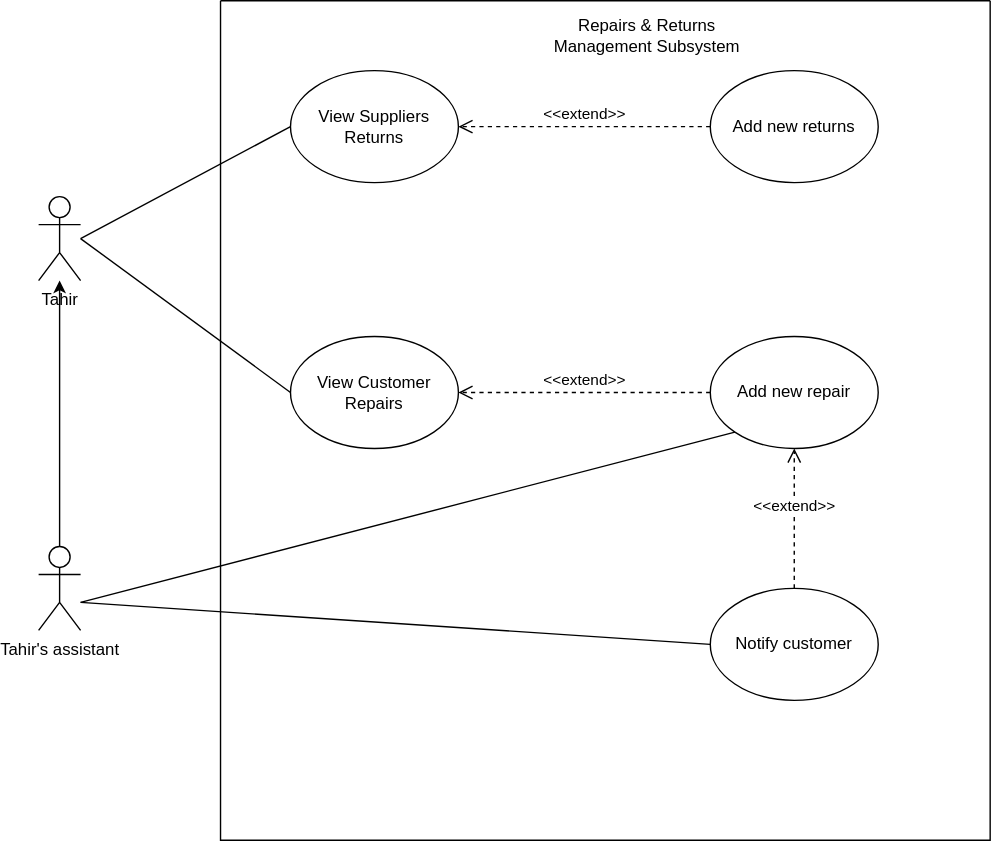
Simamkele88/IFM3_GP keeps this draw.io diagram as Repairs and Damages.drawio.svg. Above is the earlier version. Source tidied: cells renumbered, new cells last; positions are measured from the earlier drawing's top-left corner, leaving out a move shared by most shapes.
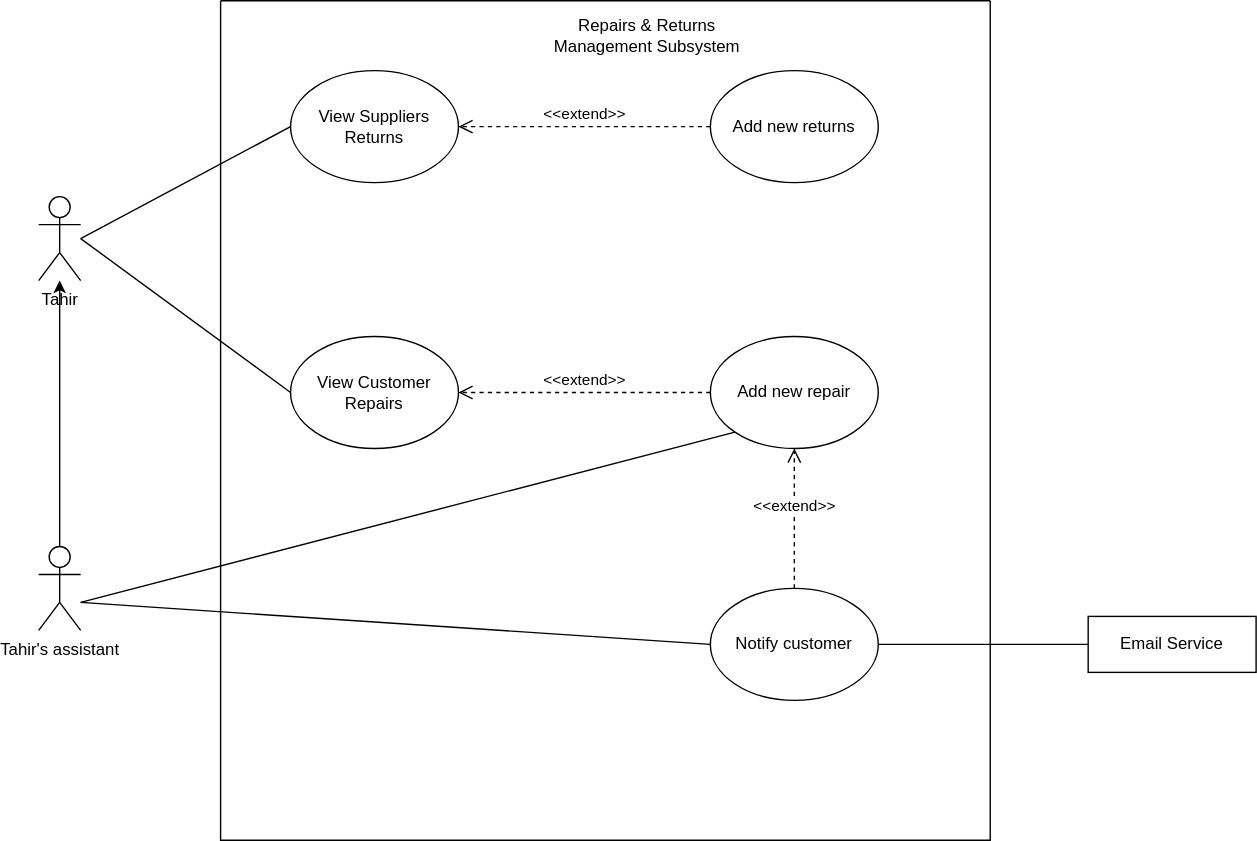
The same diagram one commit later.

The edit, as a diff of the source:
```diff
@@ -61,5 +61,11 @@
         <mxPoint x="30" y="430" as="sourcePoint" />
       </mxGeometry>
     </mxCell>
+    <mxCell id="19" value="Email Service" style="rounded=0;whiteSpace=wrap;html=1;" parent="1" vertex="1">
+      <mxGeometry x="750" y="440" width="120" height="40" as="geometry" />
+    </mxCell>
+    <mxCell id="20" style="endArrow=none;html=1;rounded=0;exitX=1;exitY=0.5;exitDx=0;exitDy=0;entryX=0;entryY=0.5;entryDx=0;entryDy=0;" parent="1" edge="1" source="8" target="19">
+      <mxGeometry relative="1" as="geometry" />
+    </mxCell>
   </root>
 </mxGraphModel>
```
